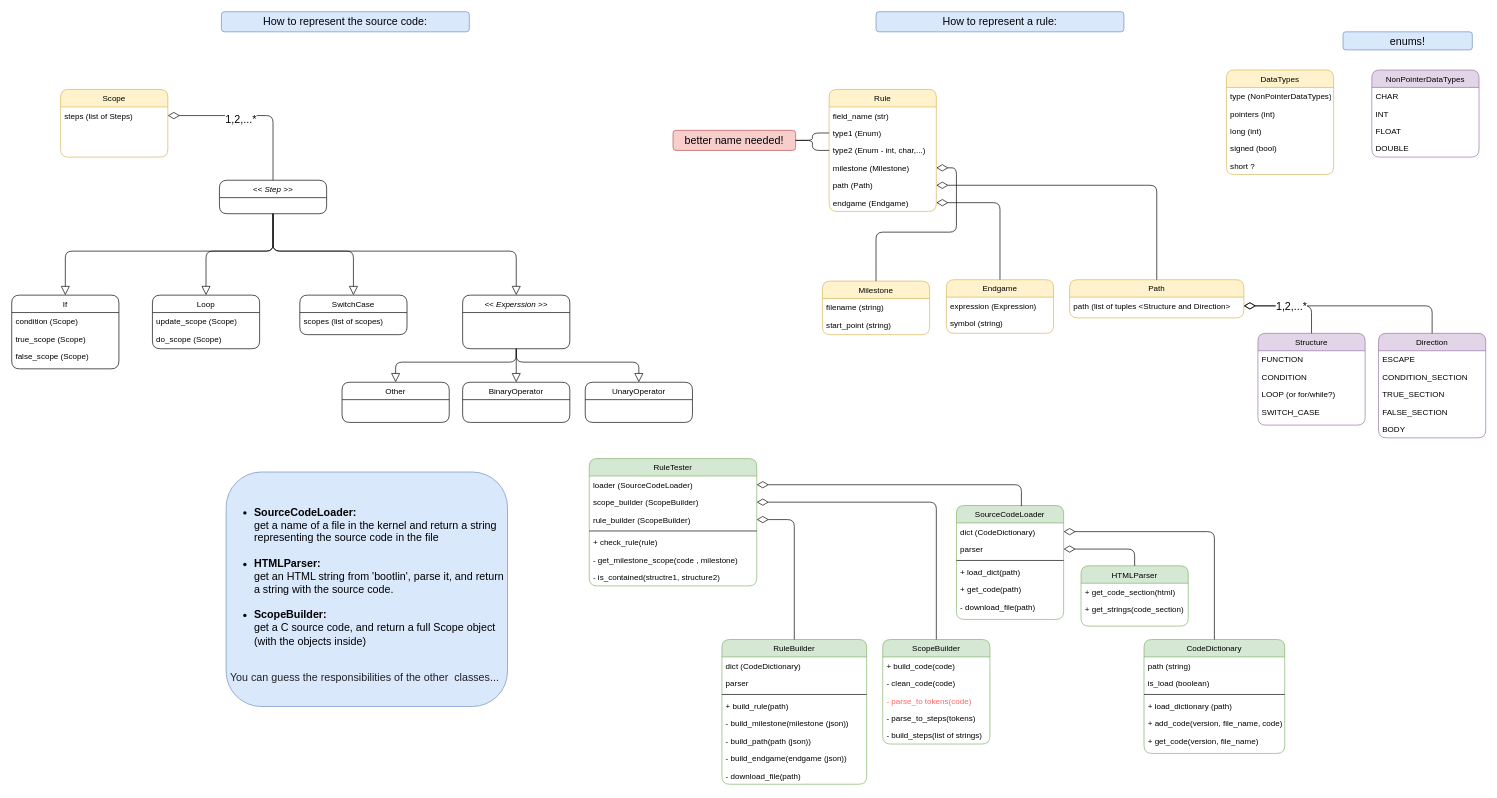
This is Untitled Diagram.drawio from zivnaim/simon, a draw.io file, before an edit. Source tidied: cells renumbered, new cells numbered last; positions are measured from the earlier drawing's top-left corner, leaving out a move shared by most shapes. Both pictures are drawn from the tidied source at 67%, with x=0, y=0 at pixel (11, 11).
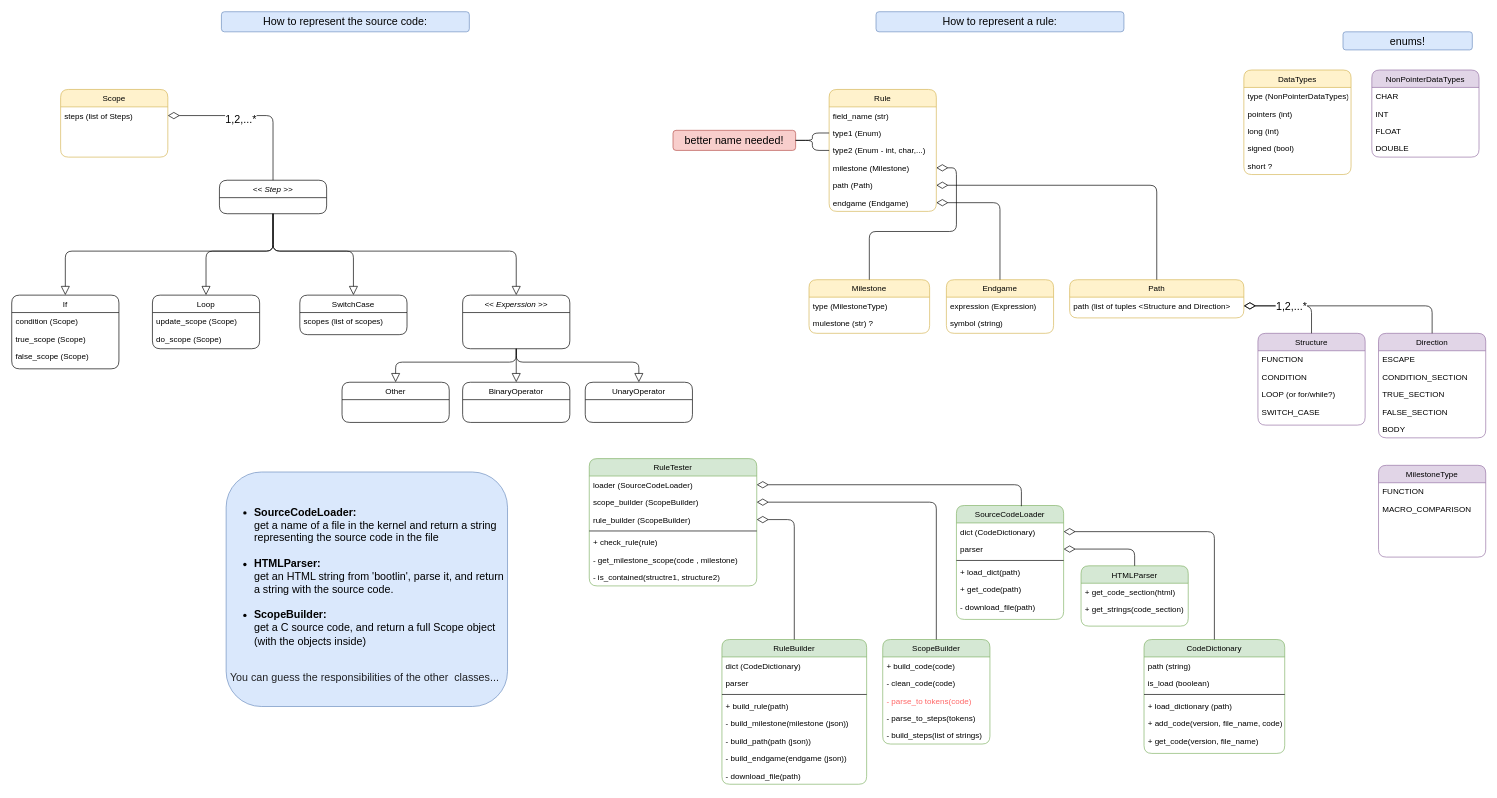
The same page after the edit.

What changed in the source:
```diff
@@
     <mxCell id="39" value="Milestone" style="swimlane;fontStyle=0;align=center;verticalAlign=top;horizontal=1;startSize=26;rounded=1;shadow=0;strokeWidth=1;fillColor=#fff2cc;strokeColor=#d6b656;" parent="1" vertex="1">
-      <mxGeometry x="1210" y="402" width="160" height="80" as="geometry" />
+      <mxGeometry x="1190" y="400" width="180" height="80" as="geometry" />
     </mxCell>
-    <mxCell id="40" value="filename (string)" style="text;align=left;verticalAlign=top;spacingLeft=4;spacingRight=4;overflow=hidden;rounded=1;" parent="39" vertex="1">
-      <mxGeometry y="26" width="160" height="26" as="geometry" />
+    <mxCell id="40" value="type (MilestoneType)" style="text;align=left;verticalAlign=top;spacingLeft=4;spacingRight=4;overflow=hidden;rounded=1;" parent="39" vertex="1">
+      <mxGeometry y="26" width="180" height="26" as="geometry" />
     </mxCell>
-    <mxCell id="41" value="start_point (string)" style="text;align=left;verticalAlign=top;spacingLeft=4;spacingRight=4;overflow=hidden;rounded=1;shadow=0;html=0;" parent="39" vertex="1">
-      <mxGeometry y="52" width="160" height="26" as="geometry" />
+    <mxCell id="41" value="mulestone (str) ?" style="text;align=left;verticalAlign=top;spacingLeft=4;spacingRight=4;overflow=hidden;rounded=1;shadow=0;html=0;" parent="39" vertex="1">
+      <mxGeometry y="52" width="180" height="26" as="geometry" />
     </mxCell>
@@
     <mxCell id="102" value="DataTypes" style="swimlane;fontStyle=0;align=center;verticalAlign=top;horizontal=1;startSize=26;rounded=1;shadow=0;strokeWidth=1;fillColor=#fff2cc;strokeColor=#d6b656;" parent="1" vertex="1">
-      <mxGeometry x="1813" y="87" width="160" height="156" as="geometry" />
+      <mxGeometry x="1839" y="87" width="160" height="156" as="geometry" />
     </mxCell>
@@
+    <mxCell id="122" value="MilestoneType" style="swimlane;fontStyle=0;align=center;verticalAlign=top;horizontal=1;startSize=26;rounded=1;shadow=0;strokeWidth=1;fillColor=#e1d5e7;strokeColor=#9673a6;" parent="1" vertex="1">
+      <mxGeometry x="2040" y="677" width="160" height="137" as="geometry" />
+    </mxCell>
+    <mxCell id="123" value="FUNCTION" style="text;align=left;verticalAlign=top;spacingLeft=4;spacingRight=4;overflow=hidden;rounded=1;" parent="122" vertex="1">
+      <mxGeometry y="26" width="160" height="26" as="geometry" />
+    </mxCell>
+    <mxCell id="124" value="MACRO_COMPARISON" style="text;align=left;verticalAlign=top;spacingLeft=4;spacingRight=4;overflow=hidden;rounded=1;" parent="122" vertex="1">
+      <mxGeometry y="52" width="160" height="26" as="geometry" />
+    </mxCell>
```
